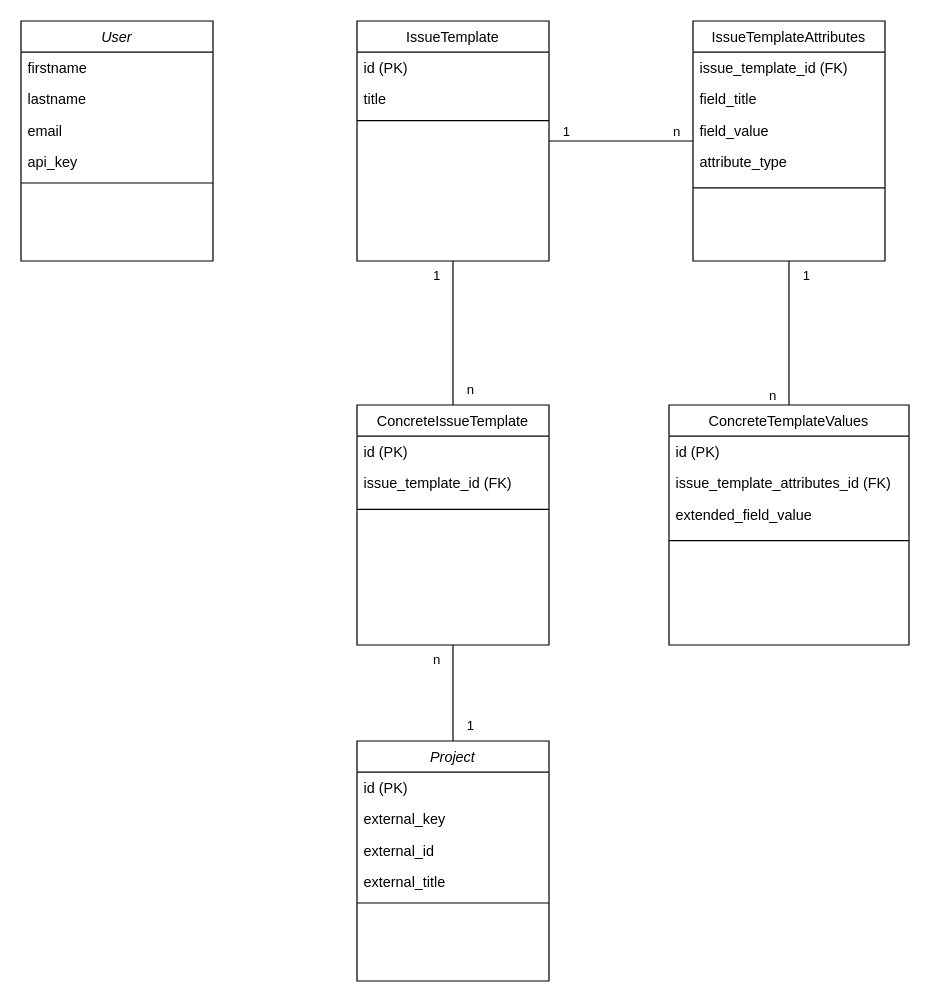
Before: diagrams/event_controller.drawio in NicoHahn/loopview, a draw.io diagram. Source tidied: cells renumbered, new cells numbered last; positions are measured from the earlier drawing's top-left corner, leaving out a move shared by most shapes. Both pictures are drawn from the tidied source at 120%, with x=0, y=0 at pixel (20, 20).
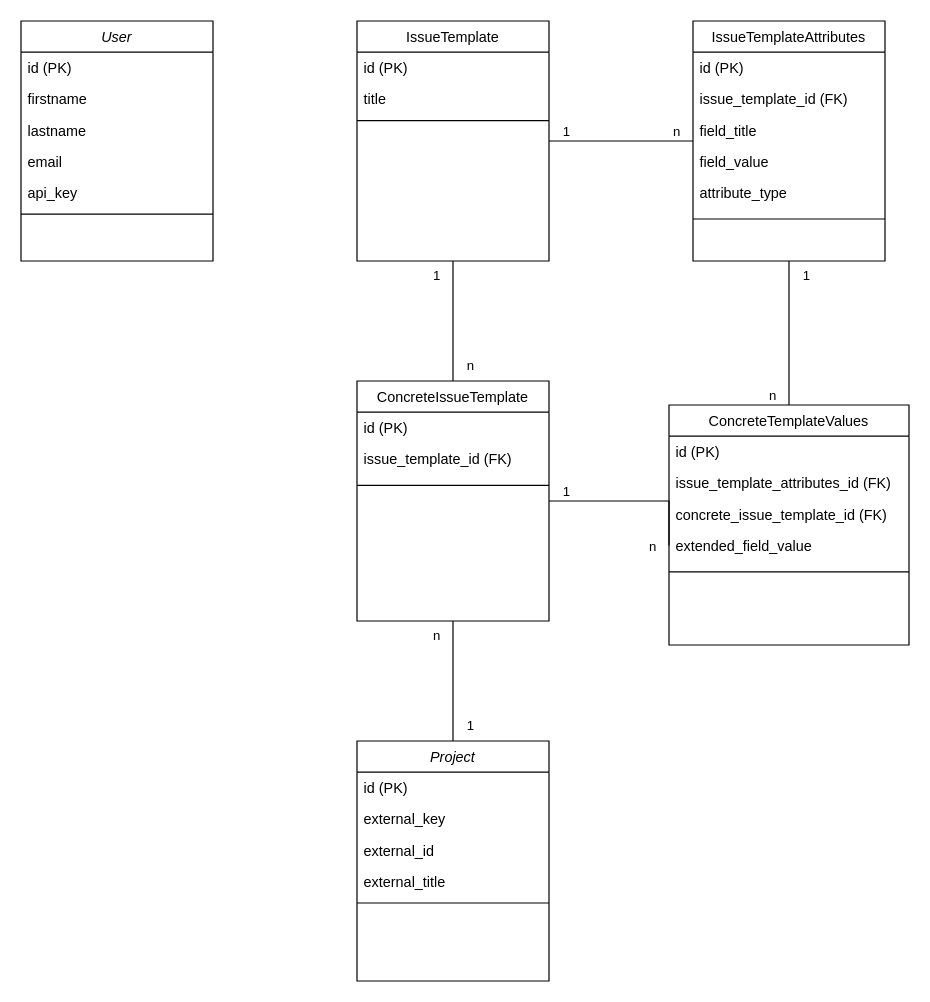
The same diagram, later.

Commit message (it also covers changes not shown here):
concrete template creation with nested fields for attribute values

Unchanged cells that the change refers to:
```xml
<mxCell id="2" value="User" style="swimlane;fontStyle=2;align=center;verticalAlign=top;horizontal=1;startSize=26;rounded=0;shadow=0;strokeWidth=1;" parent="1" vertex="1">
  <mxGeometry width="160" height="200" as="geometry" />
</mxCell>
<mxCell id="28" value="ConcreteTemplateValues" style="swimlane;fontStyle=0;align=center;verticalAlign=top;horizontal=1;startSize=26;rounded=0;shadow=0;strokeWidth=1;" parent="1" vertex="1">
  <mxGeometry x="540" y="320" width="200" height="200" as="geometry" />
</mxCell>
<mxCell id="33" value="IssueTemplateAttributes" style="swimlane;fontStyle=0;align=center;verticalAlign=top;horizontal=1;startSize=26;rounded=0;shadow=0;strokeWidth=1;" parent="1" vertex="1">
  <mxGeometry x="560" width="160" height="200" as="geometry" />
</mxCell>
```

What changed in the source:
```diff
@@
+    <mxCell id="45" value="id (PK)" style="text;align=left;verticalAlign=top;spacingLeft=4;spacingRight=4;overflow=hidden;" parent="2" vertex="1">
+      <mxGeometry y="26" width="160" height="26" as="geometry" />
+    </mxCell>
     <mxCell id="3" value="firstname" style="text;align=left;verticalAlign=top;spacingLeft=4;spacingRight=4;overflow=hidden;" parent="2" vertex="1">
-      <mxGeometry y="26" width="160" height="26" as="geometry" />
+      <mxGeometry y="52" width="160" height="26" as="geometry" />
     </mxCell>
     <mxCell id="4" value="lastname" style="text;align=left;verticalAlign=top;spacingLeft=4;spacingRight=4;overflow=hidden;rounded=0;shadow=0;html=0;" parent="2" vertex="1">
-      <mxGeometry y="52" width="160" height="26" as="geometry" />
+      <mxGeometry y="78" width="160" height="26" as="geometry" />
     </mxCell>
     <mxCell id="5" value="email" style="text;align=left;verticalAlign=top;spacingLeft=4;spacingRight=4;overflow=hidden;rounded=0;shadow=0;html=0;" parent="2" vertex="1">
-      <mxGeometry y="78" width="160" height="26" as="geometry" />
+      <mxGeometry y="104" width="160" height="26" as="geometry" />
     </mxCell>
     <mxCell id="6" value="api_key" style="text;align=left;verticalAlign=top;spacingLeft=4;spacingRight=4;overflow=hidden;rounded=0;shadow=0;html=0;" parent="2" vertex="1">
-      <mxGeometry y="104" width="160" height="26" as="geometry" />
+      <mxGeometry y="130" width="160" height="26" as="geometry" />
     </mxCell>
     <mxCell id="7" style="line;html=1;strokeWidth=1;align=left;verticalAlign=middle;spacingTop=-1;spacingLeft=3;spacingRight=3;labelPosition=right;" parent="2" vertex="1">
-      <mxGeometry y="130" width="160" height="10" as="geometry" />
+      <mxGeometry y="156" width="160" height="10" as="geometry" />
     </mxCell>
@@
     <mxCell id="18" value="ConcreteIssueTemplate" style="swimlane;fontStyle=0;align=center;verticalAlign=top;horizontal=1;startSize=26;rounded=0;shadow=0;strokeWidth=1;" parent="1" vertex="1">
-      <mxGeometry x="280" y="320" width="160" height="200" as="geometry" />
+      <mxGeometry x="280" y="300" width="160" height="200" as="geometry" />
     </mxCell>
@@
+    <mxCell id="46" value="concrete_issue_template_id (FK)" style="text;align=left;verticalAlign=top;spacingLeft=4;spacingRight=4;overflow=hidden;" parent="28" vertex="1">
+      <mxGeometry y="78" width="200" height="26" as="geometry" />
+    </mxCell>
     <mxCell id="31" value="extended_field_value" style="text;align=left;verticalAlign=top;spacingLeft=4;spacingRight=4;overflow=hidden;points=[[0,0.5],[1,0.5]];portConstraint=eastwest;" parent="28" vertex="1">
-      <mxGeometry y="78" width="200" height="26" as="geometry" />
+      <mxGeometry y="104" width="200" height="26" as="geometry" />
     </mxCell>
     <mxCell id="32" style="line;html=1;strokeWidth=1;align=left;verticalAlign=middle;spacingTop=-1;spacingLeft=3;spacingRight=3;labelPosition=right;" parent="28" vertex="1">
-      <mxGeometry y="104" width="200" height="18" as="geometry" />
+      <mxGeometry y="130" width="200" height="18" as="geometry" />
     </mxCell>
@@
-    <mxCell id="34" value="issue_template_id (FK)" style="text;align=left;verticalAlign=top;spacingLeft=4;spacingRight=4;overflow=hidden;" parent="33" vertex="1">
+    <mxCell id="34" value="id (PK)" style="text;align=left;verticalAlign=top;spacingLeft=4;spacingRight=4;overflow=hidden;" parent="33" vertex="1">
       <mxGeometry y="26" width="160" height="26" as="geometry" />
     </mxCell>
+    <mxCell id="47" value="issue_template_id (FK)" style="text;align=left;verticalAlign=top;spacingLeft=4;spacingRight=4;overflow=hidden;" parent="33" vertex="1">
+      <mxGeometry y="52" width="160" height="26" as="geometry" />
+    </mxCell>
     <mxCell id="35" value="field_title" style="text;align=left;verticalAlign=top;spacingLeft=4;spacingRight=4;overflow=hidden;" parent="33" vertex="1">
-      <mxGeometry y="52" width="160" height="26" as="geometry" />
+      <mxGeometry y="78" width="160" height="26" as="geometry" />
     </mxCell>
     <mxCell id="36" value="field_value" style="text;align=left;verticalAlign=top;spacingLeft=4;spacingRight=4;overflow=hidden;" parent="33" vertex="1">
-      <mxGeometry y="78" width="160" height="26" as="geometry" />
+      <mxGeometry y="104" width="160" height="26" as="geometry" />
     </mxCell>
     <mxCell id="37" value="attribute_type" style="text;align=left;verticalAlign=top;spacingLeft=4;spacingRight=4;overflow=hidden;" parent="33" vertex="1">
-      <mxGeometry y="104" width="160" height="26" as="geometry" />
+      <mxGeometry y="130" width="160" height="26" as="geometry" />
     </mxCell>
     <mxCell id="38" style="line;html=1;strokeWidth=1;align=left;verticalAlign=middle;spacingTop=-1;spacingLeft=3;spacingRight=3;labelPosition=right;" parent="33" vertex="1">
-      <mxGeometry y="130" width="160" height="18" as="geometry" />
+      <mxGeometry y="156" width="160" height="18" as="geometry" />
     </mxCell>
@@
+    <mxCell id="48" style="endArrow=none;html=1;edgeStyle=orthogonalEdgeStyle;rounded=0;startSize=26;entryX=0;entryY=0.5;entryDx=0;entryDy=0;exitX=1;exitY=0.5;exitDx=0;exitDy=0;" parent="1" edge="1" source="18" target="31">
+      <mxGeometry relative="1" as="geometry">
+        <Array as="points">
+          <mxPoint x="440" y="400" />
+          <mxPoint x="540" y="400" />
+        </Array>
+      </mxGeometry>
+    </mxCell>
+    <mxCell id="49" value="1" style="edgeLabel;html=1;align=left;verticalAlign=bottom;rounded=0;shadow=0;startSize=26;strokeWidth=1;" parent="48" vertex="1">
+      <mxGeometry x="-1" relative="1" as="geometry">
+        <mxPoint x="10" as="offset" />
+      </mxGeometry>
+    </mxCell>
+    <mxCell id="50" value="n" style="edgeLabel;html=1;align=right;verticalAlign=bottom;rounded=0;shadow=0;startSize=26;strokeWidth=1;" parent="48" vertex="1">
+      <mxGeometry x="1" relative="1" as="geometry">
+        <mxPoint x="-10" y="9" as="offset" />
+      </mxGeometry>
+    </mxCell>
```
